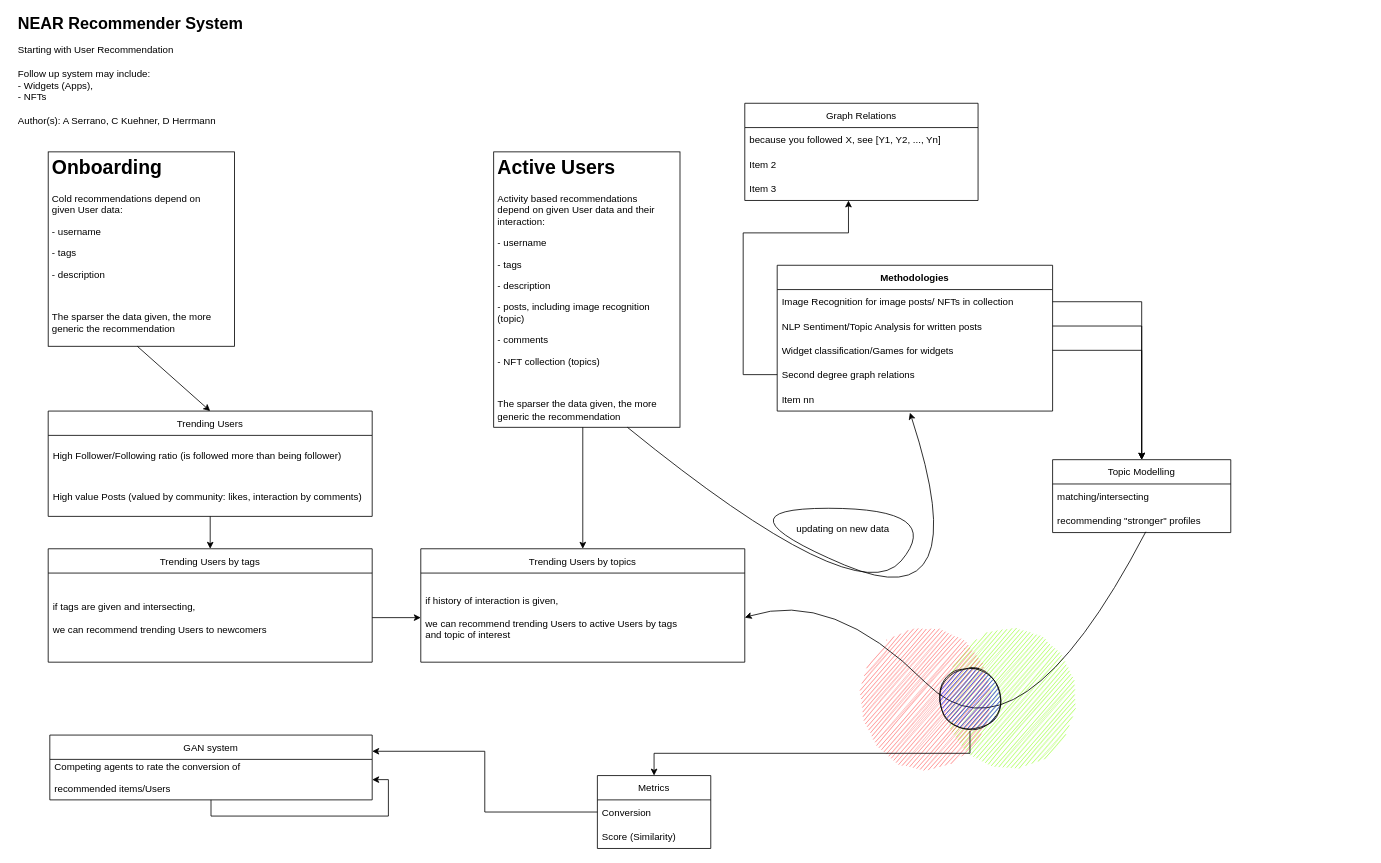
scopalaffairs/near_recommender keeps this draw.io diagram as NEAR-Recommender.drawio. Above is the earlier version. Source tidied: cells renumbered, new cells numbered last; positions are measured from the earlier drawing's top-left corner, leaving out a move shared by most shapes. Both pictures are drawn from the tidied source at 81%, with x=0, y=0 at pixel (14, 22).
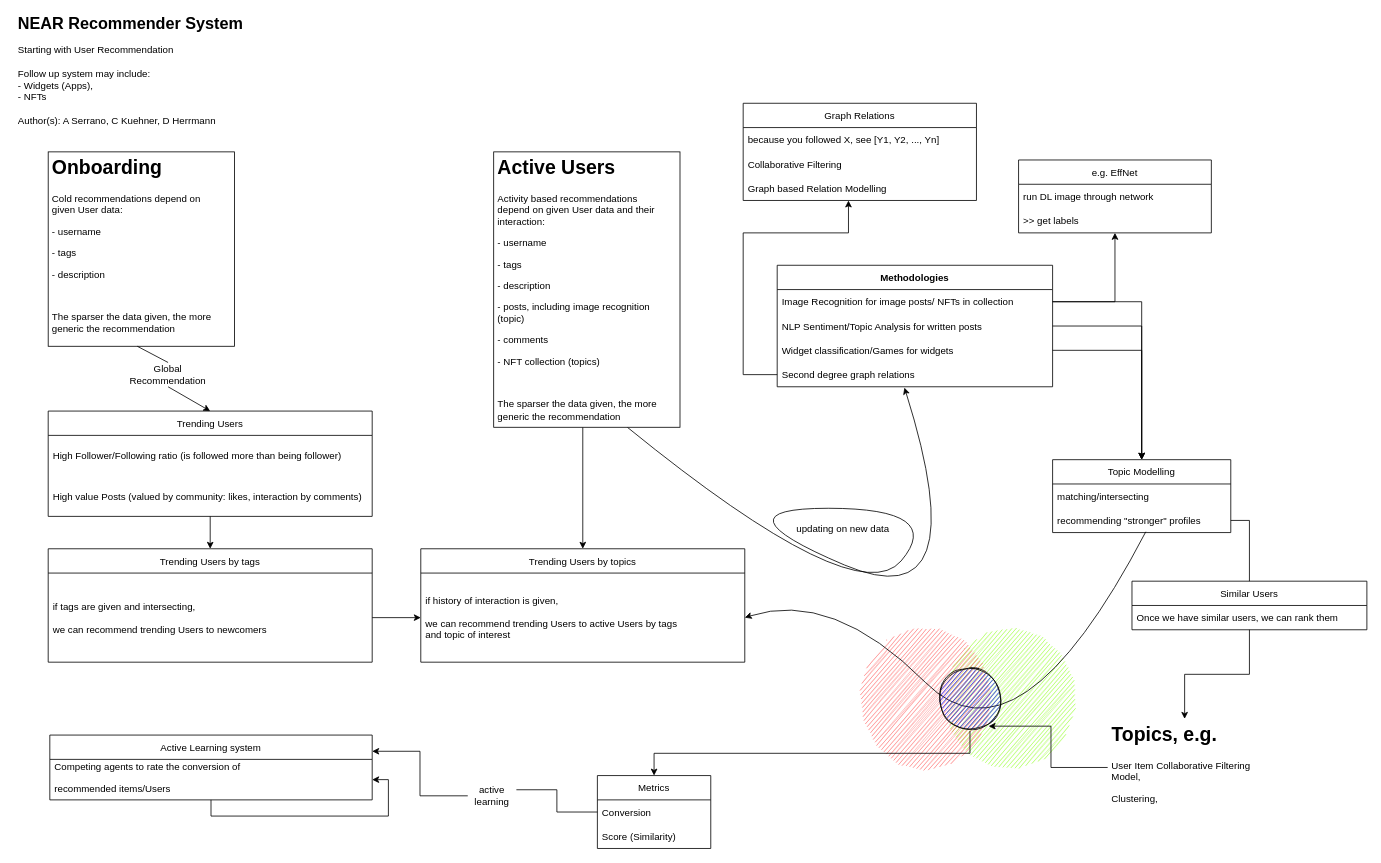
Above is the later version.

Unchanged cells that the change refers to:
```xml
<mxCell id="5" value="Trending Users" style="swimlane;fontStyle=0;horizontal=1;startSize=30;fontSize=12;" parent="1" vertex="1">
  <mxGeometry x="42" y="480" width="400" height="130" as="geometry" />
</mxCell>
<mxCell id="19" value="Conversion" style="text;strokeColor=none;fillColor=none;align=left;verticalAlign=middle;spacingLeft=4;spacingRight=4;overflow=hidden;points=[[0,0.5],[1,0.5]];portConstraint=eastwest;fontSize=12;" parent="18" vertex="1">
  <mxGeometry y="30" width="140" height="30" as="geometry" />
</mxCell>
<mxCell id="25" value="Image Recognition for image posts/ NFTs in collection" style="text;strokeColor=none;fillColor=none;align=left;verticalAlign=middle;spacingLeft=4;spacingRight=4;overflow=hidden;points=[[0,0.5],[1,0.5]];portConstraint=eastwest;fontSize=12;" parent="24" vertex="1">
  <mxGeometry y="30" width="340" height="30" as="geometry" />
</mxCell>
<mxCell id="28" value="Second degree graph relations" style="text;strokeColor=none;fillColor=none;align=left;verticalAlign=middle;spacingLeft=4;spacingRight=4;overflow=hidden;points=[[0,0.5],[1,0.5]];portConstraint=eastwest;fontSize=12;" parent="24" vertex="1">
  <mxGeometry y="120" width="340" height="30" as="geometry" />
</mxCell>
<mxCell id="32" value="recommending &quot;stronger&quot; profiles" style="text;strokeColor=none;fillColor=none;align=left;verticalAlign=middle;spacingLeft=4;spacingRight=4;overflow=hidden;points=[[0,0.5],[1,0.5]];portConstraint=eastwest;fontSize=12;" parent="30" vertex="1">
  <mxGeometry y="60" width="220" height="30" as="geometry" />
</mxCell>
<mxCell id="37" style="ellipse;whiteSpace=wrap;html=1;fontSize=12;fillColor=#FF6666;strokeColor=none;sketch=1;" parent="1" vertex="1">
  <mxGeometry x="1040" y="750" width="170" height="170" as="geometry" />
</mxCell>
```

Diff of the diagram source:
```diff
@@
-    <mxCell id="2" style="rounded=0;whiteSpace=wrap;html=1;fontSize=12;" parent="1" vertex="1">
-      <mxGeometry x="42" y="160" width="230" height="240" as="geometry" />
-    </mxCell>
-    <mxCell id="3" style="rounded=0;whiteSpace=wrap;html=1;fontSize=12;" parent="1" vertex="1">
-      <mxGeometry x="592" y="160" width="230" height="340" as="geometry" />
-    </mxCell>
@@
-    <mxCell id="9" value="&lt;h1&gt;Onboarding&lt;/h1&gt;&lt;p&gt;Cold recommendations depend on given User data:&lt;/p&gt;&lt;p&gt;- username &lt;br&gt;&lt;/p&gt;&lt;p&gt;- tags&lt;/p&gt;&lt;p&gt;- description&lt;/p&gt;&lt;p&gt;&lt;br&gt;&lt;/p&gt;The sparser the data given, the more generic the recommendation" style="text;html=1;strokeColor=none;fillColor=none;spacing=5;spacingTop=-20;whiteSpace=wrap;overflow=hidden;rounded=0;fontSize=12;" parent="1" vertex="1">
-      <mxGeometry x="42" y="160" width="220" height="240" as="geometry" />
-    </mxCell>
-    <mxCell id="10" style="endArrow=classic;html=1;rounded=0;fontSize=12;entryX=0.5;entryY=0;entryDx=0;entryDy=0;exitX=0.5;exitY=1;exitDx=0;exitDy=0;" parent="1" edge="1" source="9" target="5">
+    <mxCell id="10" style="endArrow=classic;html=1;rounded=0;fontSize=12;entryX=0.5;entryY=0;entryDx=0;entryDy=0;exitX=0.5;exitY=1;exitDx=0;exitDy=0;startArrow=none;" parent="1" edge="1" source="53" target="5">
       <mxGeometry relative="1" as="geometry" />
     </mxCell>
@@
-    <mxCell id="17" value="&lt;h1&gt;Active Users&lt;br&gt;&lt;/h1&gt;&lt;p&gt;Activity based recommendations depend on given User data and their interaction:&lt;/p&gt;&lt;p&gt;- username &lt;br&gt;&lt;/p&gt;&lt;p&gt;- tags&lt;/p&gt;&lt;p&gt;- description&lt;/p&gt;&lt;p&gt;- posts, including image recognition (topic)&lt;br&gt;&lt;/p&gt;&lt;p&gt;- comments&lt;/p&gt;&lt;p&gt;- NFT collection (topics)&lt;/p&gt;&lt;p&gt;&lt;br&gt;&lt;/p&gt;The sparser the data given, the more generic the recommendation" style="text;html=1;strokeColor=none;fillColor=none;spacing=5;spacingTop=-20;whiteSpace=wrap;overflow=hidden;rounded=0;fontSize=12;" parent="1" vertex="1">
-      <mxGeometry x="592" y="160" width="220" height="340" as="geometry" />
-    </mxCell>
@@
-    <mxCell id="21" value="GAN system" style="swimlane;fontStyle=0;horizontal=1;startSize=30;fontSize=12;shadow=0;sketch=0;swimlaneLine=1;glass=0;" parent="1" vertex="1">
+    <mxCell id="21" value="Active Learning system" style="swimlane;fontStyle=0;horizontal=1;startSize=30;fontSize=12;shadow=0;sketch=0;swimlaneLine=1;glass=0;" parent="1" vertex="1">
       <mxGeometry x="44" y="880" width="398" height="80" as="geometry" />
     </mxCell>
@@
     <mxCell id="24" value="Methodologies" style="swimlane;fontStyle=1;horizontal=1;startSize=30;fontSize=12;" parent="1" vertex="1">
-      <mxGeometry x="942" y="300" width="340" height="180" as="geometry" />
+      <mxGeometry x="942" y="300" width="340" height="150" as="geometry" />
     </mxCell>
@@
-    <mxCell id="29" value="Item nn" style="text;strokeColor=none;fillColor=none;align=left;verticalAlign=middle;spacingLeft=4;spacingRight=4;overflow=hidden;points=[[0,0.5],[1,0.5]];portConstraint=eastwest;fontSize=12;" parent="24" vertex="1">
-      <mxGeometry y="150" width="340" height="30" as="geometry" />
-    </mxCell>
@@
-    <mxCell id="39" style="curved=1;endArrow=classic;html=1;rounded=0;fontSize=12;exitX=0.75;exitY=1;exitDx=0;exitDy=0;entryX=0.482;entryY=1.067;entryDx=0;entryDy=0;entryPerimeter=0;" parent="1" edge="1" source="17" target="29">
+    <mxCell id="39" style="curved=1;endArrow=classic;html=1;rounded=0;fontSize=12;exitX=0.75;exitY=1;exitDx=0;exitDy=0;entryX=0.462;entryY=1.033;entryDx=0;entryDy=0;entryPerimeter=0;" parent="1" edge="1" source="17" target="28">
       <mxGeometry relative="1" as="geometry">
         <Array as="points">
           <mxPoint x="1040" y="730" />
           <mxPoint x="1150" y="600" />
           <mxPoint x="860" y="600" />
           <mxPoint x="1190" y="740" />
         </Array>
       </mxGeometry>
     </mxCell>
@@
-    <mxCell id="43" style="edgeStyle=orthogonalEdgeStyle;rounded=0;jettySize=auto;html=1;exitX=0;exitY=0.5;exitDx=0;exitDy=0;entryX=1;entryY=0.25;entryDx=0;entryDy=0;fontSize=12;" parent="1" edge="1" source="19" target="21">
+    <mxCell id="43" style="edgeStyle=orthogonalEdgeStyle;rounded=0;jettySize=auto;html=1;exitX=0;exitY=0.5;exitDx=0;exitDy=0;entryX=1;entryY=0.25;entryDx=0;entryDy=0;fontSize=12;startArrow=none;" parent="1" edge="1" source="51" target="21">
       <mxGeometry relative="1" as="geometry" />
     </mxCell>
@@
     <mxCell id="45" value="Graph Relations" style="swimlane;fontStyle=0;horizontal=1;startSize=30;shadow=0;glass=0;sketch=0;fontSize=12;fillColor=none;" parent="1" vertex="1">
-      <mxGeometry x="902" y="100" width="288" height="120" as="geometry" />
+      <mxGeometry x="900" y="100" width="288" height="120" as="geometry" />
     </mxCell>
@@
-    <mxCell id="47" value="Item 2" style="text;strokeColor=none;fillColor=none;align=left;verticalAlign=middle;spacingLeft=4;spacingRight=4;overflow=hidden;shadow=0;glass=0;sketch=0;fontSize=12;" parent="45" vertex="1">
+    <mxCell id="47" value="Collaborative Filtering" style="text;strokeColor=none;fillColor=none;align=left;verticalAlign=middle;spacingLeft=4;spacingRight=4;overflow=hidden;shadow=0;glass=0;sketch=0;fontSize=12;" parent="45" vertex="1">
       <mxGeometry y="60" width="288" height="30" as="geometry" />
     </mxCell>
-    <mxCell id="48" value="Item 3" style="text;strokeColor=none;fillColor=none;align=left;verticalAlign=middle;spacingLeft=4;spacingRight=4;overflow=hidden;shadow=0;glass=0;sketch=0;fontSize=12;" parent="45" vertex="1">
+    <mxCell id="48" value="Graph based Relation Modelling" style="text;strokeColor=none;fillColor=none;align=left;verticalAlign=middle;spacingLeft=4;spacingRight=4;overflow=hidden;shadow=0;glass=0;sketch=0;fontSize=12;" parent="45" vertex="1">
       <mxGeometry y="90" width="288" height="30" as="geometry" />
     </mxCell>
+    <mxCell id="49" style="group;" parent="1" vertex="1">
+      <mxGeometry x="592" y="160" width="230" height="340" as="geometry" />
+    </mxCell>
+    <mxCell id="3" style="rounded=0;whiteSpace=wrap;html=1;fontSize=12;" parent="49" vertex="1">
+      <mxGeometry width="230" height="340" as="geometry" />
+    </mxCell>
+    <mxCell id="17" value="&lt;h1&gt;Active Users&lt;br&gt;&lt;/h1&gt;&lt;p&gt;Activity based recommendations depend on given User data and their interaction:&lt;/p&gt;&lt;p&gt;- username &lt;br&gt;&lt;/p&gt;&lt;p&gt;- tags&lt;/p&gt;&lt;p&gt;- description&lt;/p&gt;&lt;p&gt;- posts, including image recognition (topic)&lt;br&gt;&lt;/p&gt;&lt;p&gt;- comments&lt;/p&gt;&lt;p&gt;- NFT collection (topics)&lt;/p&gt;&lt;p&gt;&lt;br&gt;&lt;/p&gt;The sparser the data given, the more generic the recommendation" style="text;html=1;strokeColor=none;fillColor=none;spacing=5;spacingTop=-20;whiteSpace=wrap;overflow=hidden;rounded=0;fontSize=12;" parent="49" vertex="1">
+      <mxGeometry width="220" height="340" as="geometry" />
+    </mxCell>
+    <mxCell id="50" style="group;" parent="1" vertex="1">
+      <mxGeometry x="42" y="160" width="230" height="240" as="geometry" />
+    </mxCell>
+    <mxCell id="2" style="rounded=0;whiteSpace=wrap;html=1;fontSize=12;" parent="50" vertex="1">
+      <mxGeometry width="230" height="240" as="geometry" />
+    </mxCell>
+    <mxCell id="9" value="&lt;h1&gt;Onboarding&lt;/h1&gt;&lt;p&gt;Cold recommendations depend on given User data:&lt;/p&gt;&lt;p&gt;- username &lt;br&gt;&lt;/p&gt;&lt;p&gt;- tags&lt;/p&gt;&lt;p&gt;- description&lt;/p&gt;&lt;p&gt;&lt;br&gt;&lt;/p&gt;The sparser the data given, the more generic the recommendation" style="text;html=1;strokeColor=none;fillColor=none;spacing=5;spacingTop=-20;whiteSpace=wrap;overflow=hidden;rounded=0;fontSize=12;" parent="50" vertex="1">
+      <mxGeometry width="220" height="240" as="geometry" />
+    </mxCell>
+    <mxCell id="51" value="active learning" style="text;html=1;strokeColor=none;fillColor=none;align=center;verticalAlign=middle;whiteSpace=wrap;rounded=0;shadow=0;glass=0;sketch=0;fontSize=12;" parent="1" vertex="1">
+      <mxGeometry x="560" y="940" width="60" height="30" as="geometry" />
+    </mxCell>
+    <mxCell id="52" style="edgeStyle=orthogonalEdgeStyle;rounded=0;jettySize=auto;html=1;exitX=0;exitY=0.5;exitDx=0;exitDy=0;entryX=1;entryY=0.25;entryDx=0;entryDy=0;fontSize=12;endArrow=none;" parent="1" edge="1" source="19" target="51">
+      <mxGeometry relative="1" as="geometry" />
+    </mxCell>
+    <mxCell id="53" value="Global Recommendation" style="text;html=1;strokeColor=none;fillColor=none;align=center;verticalAlign=middle;whiteSpace=wrap;rounded=0;shadow=0;glass=0;sketch=0;fontSize=12;" parent="1" vertex="1">
+      <mxGeometry x="160" y="420" width="60" height="30" as="geometry" />
+    </mxCell>
+    <mxCell id="54" style="endArrow=none;html=1;rounded=0;fontSize=12;entryX=0.5;entryY=0;entryDx=0;entryDy=0;exitX=0.5;exitY=1;exitDx=0;exitDy=0;" parent="1" edge="1" source="9" target="53">
+      <mxGeometry relative="1" as="geometry" />
+    </mxCell>
+    <mxCell id="55" style="edgeStyle=orthogonalEdgeStyle;rounded=0;jettySize=auto;html=1;fontSize=12;" parent="1" edge="1" source="25" target="56">
+      <mxGeometry relative="1" as="geometry" />
+    </mxCell>
+    <mxCell id="56" value="e.g. EffNet" style="swimlane;fontStyle=0;horizontal=1;startSize=30;shadow=0;glass=0;sketch=0;fontSize=12;fillColor=none;" parent="1" vertex="1">
+      <mxGeometry x="1240" y="170" width="238" height="90" as="geometry" />
+    </mxCell>
+    <mxCell id="57" value="run DL image through network" style="text;strokeColor=none;fillColor=none;align=left;verticalAlign=middle;spacingLeft=4;spacingRight=4;overflow=hidden;shadow=0;glass=0;sketch=0;fontSize=12;" parent="56" vertex="1">
+      <mxGeometry y="30" width="238" height="30" as="geometry" />
+    </mxCell>
+    <mxCell id="58" value="&gt;&gt; get labels" style="text;strokeColor=none;fillColor=none;align=left;verticalAlign=middle;spacingLeft=4;spacingRight=4;overflow=hidden;shadow=0;glass=0;sketch=0;fontSize=12;" parent="56" vertex="1">
+      <mxGeometry y="60" width="238" height="30" as="geometry" />
+    </mxCell>
+    <mxCell id="59" style="edgeStyle=orthogonalEdgeStyle;rounded=0;jettySize=auto;html=1;fontSize=12;entryX=0.959;entryY=0.7;entryDx=0;entryDy=0;entryPerimeter=0;" parent="1" edge="1" source="60" target="37">
+      <mxGeometry relative="1" as="geometry" />
+    </mxCell>
+    <mxCell id="60" value="&lt;h1&gt;Topics, e.g.&lt;br&gt;&lt;/h1&gt;&lt;p&gt;User Item Collaborative Filtering Model, &lt;br&gt;&lt;/p&gt;&lt;p&gt;Clustering,&lt;br&gt;&lt;/p&gt;" style="text;html=1;strokeColor=none;fillColor=none;spacing=5;spacingTop=-20;whiteSpace=wrap;overflow=hidden;rounded=0;shadow=0;glass=0;sketch=0;fontSize=12;" parent="1" vertex="1">
+      <mxGeometry x="1350" y="860" width="190" height="120" as="geometry" />
+    </mxCell>
+    <mxCell id="61" style="edgeStyle=orthogonalEdgeStyle;rounded=0;jettySize=auto;html=1;fontSize=12;startArrow=none;" parent="1" edge="1" source="62" target="60">
+      <mxGeometry relative="1" as="geometry" />
+    </mxCell>
+    <mxCell id="62" value="Similar Users" style="swimlane;fontStyle=0;horizontal=1;startSize=30;shadow=0;glass=0;sketch=0;fontSize=12;fillColor=none;" parent="1" vertex="1">
+      <mxGeometry x="1380" y="690" width="290" height="60" as="geometry" />
+    </mxCell>
+    <mxCell id="63" value="Once we have similar users, we can rank them" style="text;strokeColor=none;fillColor=none;align=left;verticalAlign=middle;spacingLeft=4;spacingRight=4;overflow=hidden;shadow=0;glass=0;sketch=0;fontSize=12;" parent="62" vertex="1">
+      <mxGeometry y="30" width="290" height="30" as="geometry" />
+    </mxCell>
+    <mxCell id="64" style="edgeStyle=orthogonalEdgeStyle;rounded=0;jettySize=auto;html=1;fontSize=12;endArrow=none;" parent="1" edge="1" source="32" target="62">
+      <mxGeometry relative="1" as="geometry" />
+    </mxCell>
```
